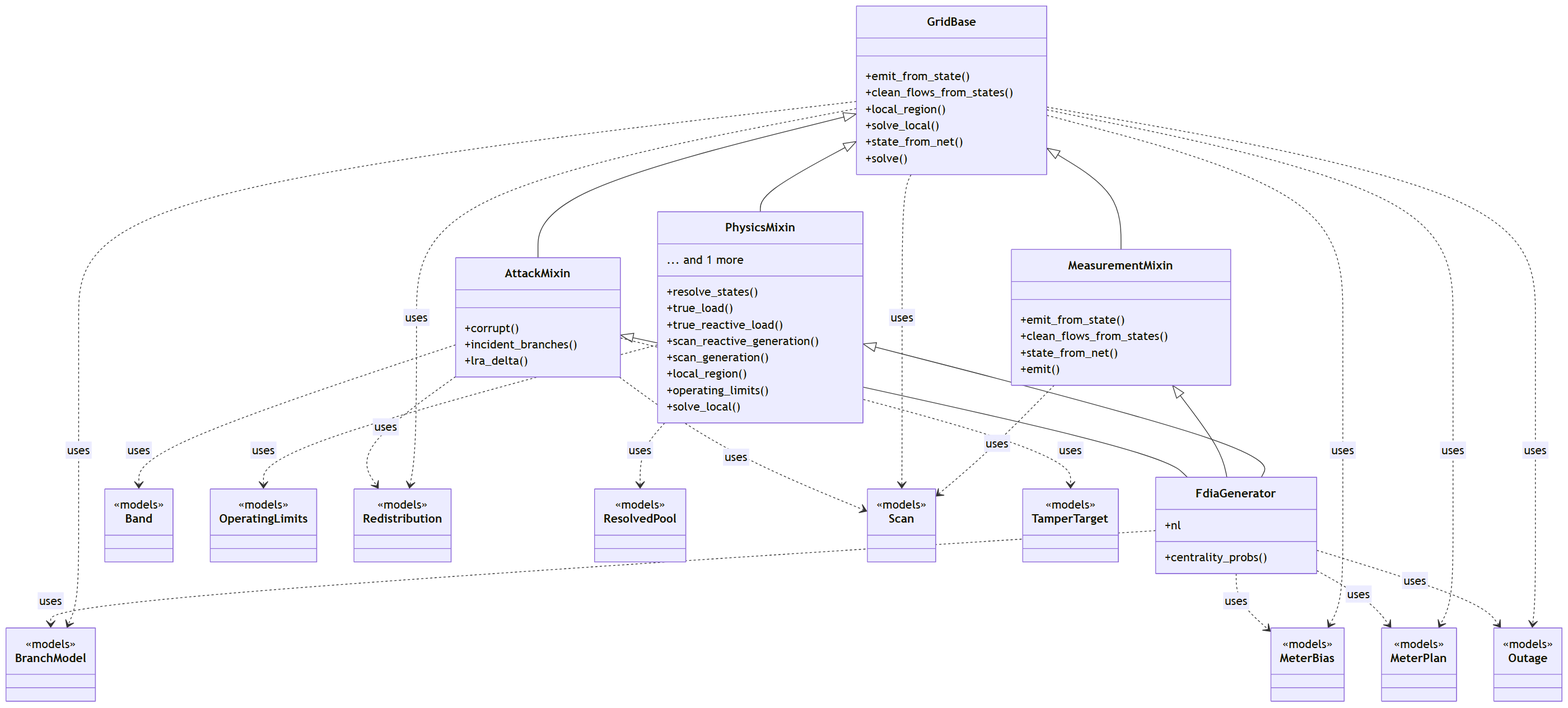
Above: docs/figures/diagrams/classes_engine.png in myersben9/fdia-graph (Mermaid), before the change. Its source is kept beside it as docs/figures/diagrams/classes_engine.mmd.
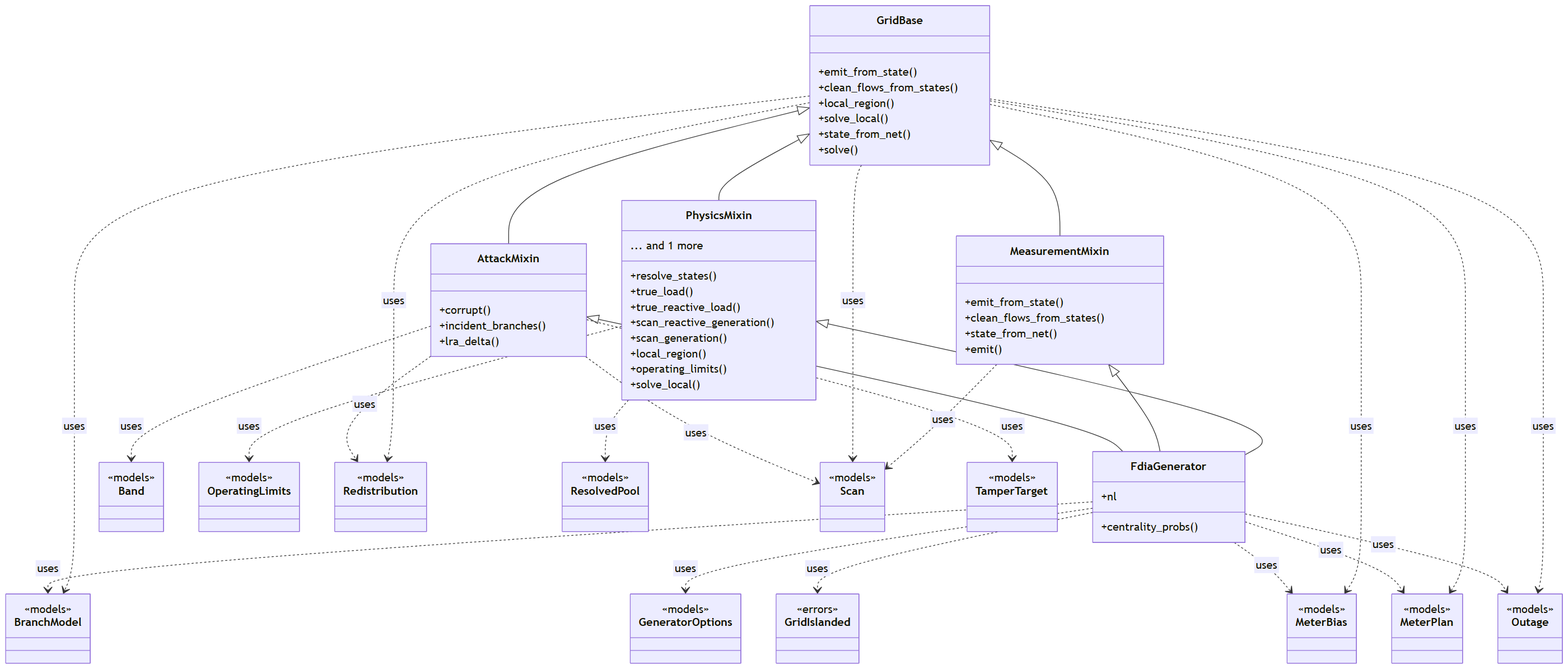
The same file after the commit.

Diff of the diagram source:
```diff
@@ -39,6 +39,12 @@
     class BranchModel {
         <<models>>
     }
+    class GeneratorOptions {
+        <<models>>
+    }
+    class GridIslanded {
+        <<errors>>
+    }
     class MeterBias {
         <<models>>
     }
@@ -74,6 +80,8 @@
     AttackMixin ..> Scan : uses
     AttackMixin ..> TamperTarget : uses
     FdiaGenerator ..> BranchModel : uses
+    FdiaGenerator ..> GeneratorOptions : uses
+    FdiaGenerator ..> GridIslanded : uses
     FdiaGenerator ..> MeterBias : uses
     FdiaGenerator ..> MeterPlan : uses
     FdiaGenerator ..> Outage : uses
```
